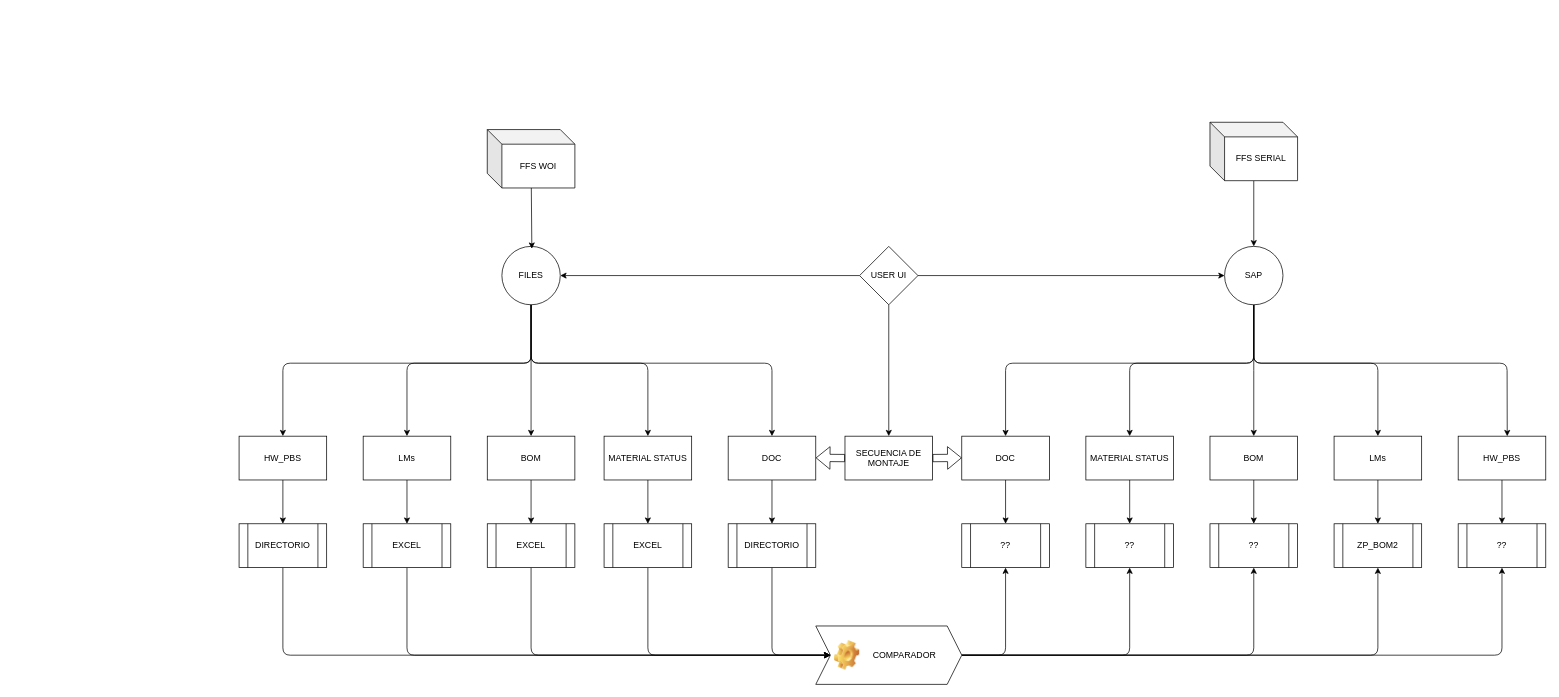
Earlier version of the draw.io diagram arquitectura_HW.drawio (drodrigosm/indra). Source tidied: cells renumbered, new cells numbered last; positions are measured from the earlier drawing's top-left corner, leaving out a move shared by most shapes. Both pictures are drawn from the tidied source at 73%, with x=0, y=0 at pixel (239, 122).
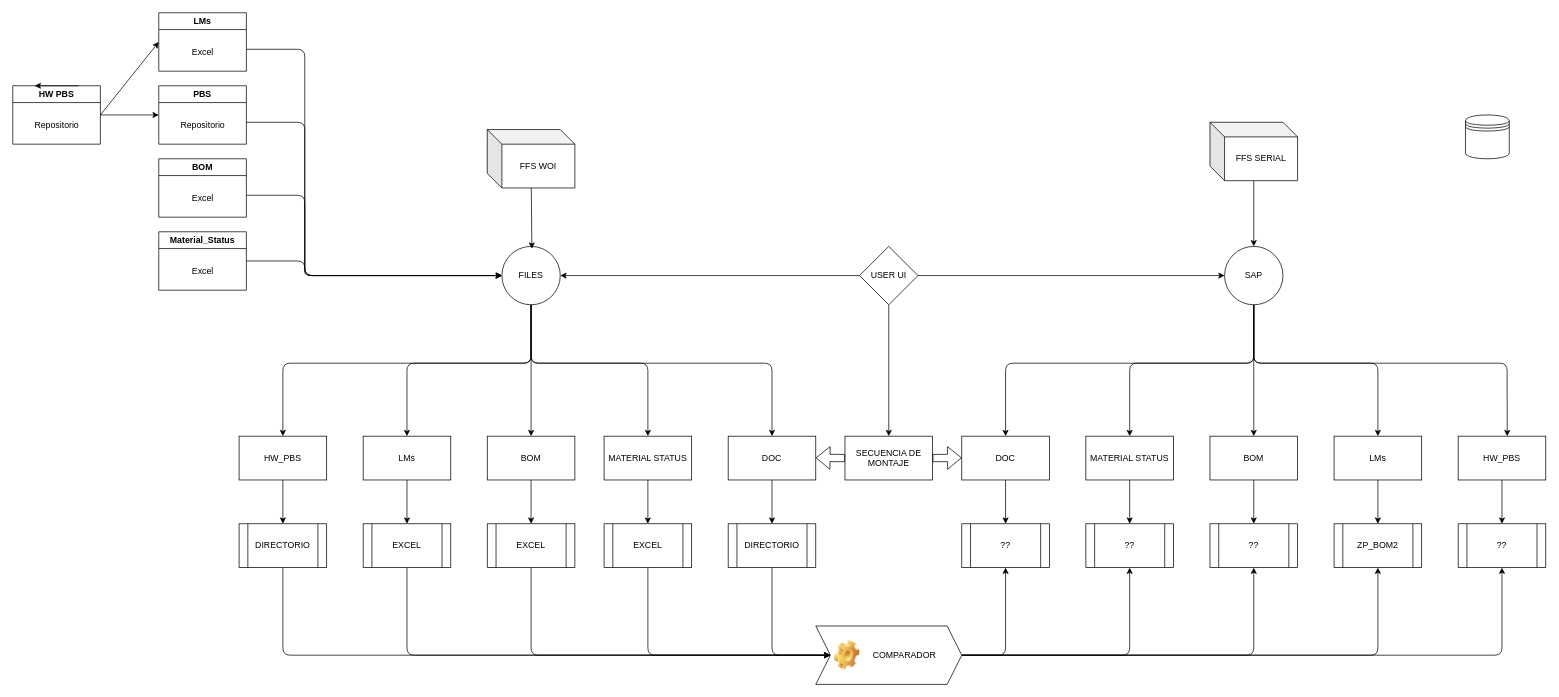
The same page after the edit.

Commit message (it also covers changes not shown here):
Añadidos todos los graficos en general dependiendo de los ficheros cargados Añadida la pestaña Material Status

Unchanged cells that the change refers to:
```xml
<mxCell id="20" value="FILES" style="ellipse;whiteSpace=wrap;html=1;" parent="1" vertex="1">
  <mxGeometry x="360" y="170" width="80" height="80" as="geometry" />
</mxCell>
```

The edit, as a diff of the source:
```diff
@@
+    <mxCell id="67" style="shape=datastore;whiteSpace=wrap;html=1;" parent="1" vertex="1">
+      <mxGeometry x="1680" y="-10" width="60" height="60" as="geometry" />
+    </mxCell>
+    <mxCell id="68" style="edgeStyle=none;html=1;entryX=0;entryY=0.5;entryDx=0;entryDy=0;" parent="1" edge="1" target="20">
+      <mxGeometry relative="1" as="geometry">
+        <mxPoint x="10" y="-100" as="sourcePoint" />
+        <Array as="points">
+          <mxPoint x="90" y="-100" />
+          <mxPoint x="90" y="210" />
+        </Array>
+      </mxGeometry>
+    </mxCell>
+    <mxCell id="69" value="LMs" style="swimlane;" parent="1" vertex="1">
+      <mxGeometry x="-110" y="-150" width="120" height="80" as="geometry" />
+    </mxCell>
+    <mxCell id="70" value="Excel" style="text;html=1;align=center;verticalAlign=middle;strokeColor=none;fillColor=none;" parent="69" vertex="1">
+      <mxGeometry x="35" y="40" width="50" height="30" as="geometry" />
+    </mxCell>
+    <mxCell id="71" style="edgeStyle=none;html=1;" parent="1" edge="1">
+      <mxGeometry relative="1" as="geometry">
+        <mxPoint x="10" y="100" as="sourcePoint" />
+        <mxPoint x="360" y="210" as="targetPoint" />
+        <Array as="points">
+          <mxPoint x="90" y="100" />
+          <mxPoint x="90" y="210" />
+        </Array>
+      </mxGeometry>
+    </mxCell>
+    <mxCell id="72" value="BOM" style="swimlane;" parent="1" vertex="1">
+      <mxGeometry x="-110" y="50" width="120" height="80" as="geometry" />
+    </mxCell>
+    <mxCell id="73" value="Excel" style="text;html=1;align=center;verticalAlign=middle;strokeColor=none;fillColor=none;" parent="72" vertex="1">
+      <mxGeometry x="35" y="40" width="50" height="30" as="geometry" />
+    </mxCell>
+    <mxCell id="74" style="edgeStyle=none;html=1;" parent="1" edge="1" source="75">
+      <mxGeometry relative="1" as="geometry">
+        <mxPoint x="360" y="210" as="targetPoint" />
+        <Array as="points">
+          <mxPoint x="90" y="190" />
+          <mxPoint x="90" y="210" />
+        </Array>
+      </mxGeometry>
+    </mxCell>
+    <mxCell id="75" value="Material_Status" style="swimlane;" parent="1" vertex="1">
+      <mxGeometry x="-110" y="150" width="120" height="80" as="geometry" />
+    </mxCell>
+    <mxCell id="76" value="Excel" style="text;html=1;align=center;verticalAlign=middle;strokeColor=none;fillColor=none;" parent="75" vertex="1">
+      <mxGeometry x="35" y="40" width="50" height="30" as="geometry" />
+    </mxCell>
+    <mxCell id="77" style="edgeStyle=none;html=1;entryX=0;entryY=0.5;entryDx=0;entryDy=0;exitX=1;exitY=0.5;exitDx=0;exitDy=0;" parent="1" edge="1" source="79" target="69">
+      <mxGeometry relative="1" as="geometry" />
+    </mxCell>
+    <mxCell id="78" style="edgeStyle=none;html=1;entryX=0;entryY=0.5;entryDx=0;entryDy=0;" parent="1" edge="1" source="79" target="82">
+      <mxGeometry relative="1" as="geometry" />
+    </mxCell>
+    <mxCell id="79" value="HW PBS" style="swimlane;" parent="1" vertex="1">
+      <mxGeometry x="-310" y="-50" width="120" height="80" as="geometry" />
+    </mxCell>
+    <mxCell id="80" value="Repositorio" style="text;html=1;align=center;verticalAlign=middle;strokeColor=none;fillColor=none;" parent="79" vertex="1">
+      <mxGeometry x="20" y="40" width="80" height="30" as="geometry" />
+    </mxCell>
+    <mxCell id="81" style="edgeStyle=none;html=1;" parent="1" edge="1">
+      <mxGeometry relative="1" as="geometry">
+        <mxPoint x="10" as="sourcePoint" />
+        <mxPoint x="360" y="210" as="targetPoint" />
+        <Array as="points">
+          <mxPoint x="90" />
+          <mxPoint x="90" y="210" />
+        </Array>
+      </mxGeometry>
+    </mxCell>
+    <mxCell id="82" value="PBS" style="swimlane;" parent="1" vertex="1">
+      <mxGeometry x="-110" y="-50" width="120" height="80" as="geometry" />
+    </mxCell>
+    <mxCell id="83" value="Repositorio" style="text;html=1;align=center;verticalAlign=middle;strokeColor=none;fillColor=none;" parent="82" vertex="1">
+      <mxGeometry x="20" y="40" width="80" height="30" as="geometry" />
+    </mxCell>
+    <mxCell id="84" style="edgeStyle=none;html=1;exitX=0.75;exitY=0;exitDx=0;exitDy=0;entryX=0.25;entryY=0;entryDx=0;entryDy=0;" parent="1" edge="1" source="79" target="79">
+      <mxGeometry relative="1" as="geometry" />
+    </mxCell>
```
